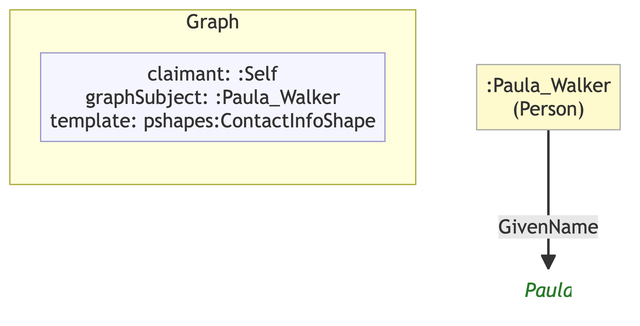
The Mermaid diagram example/graphs/images/graph-06.png in MeeFoundation/mia-ontologies, before a commit. Its source is kept beside it as example/graphs/images/graph-06.mmd.
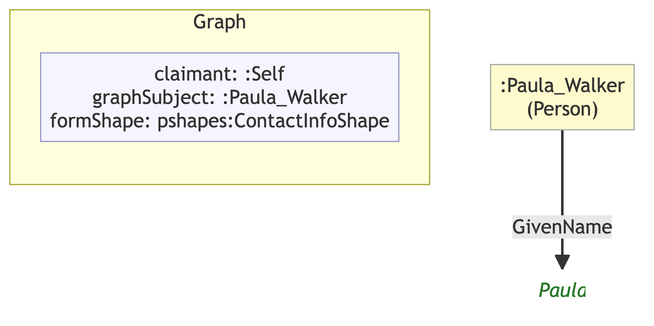
After the change.

The edit, as a diff of the source:
```diff
@@ -7,10 +7,10 @@
 
     subgraph ctx["Graph"]
         direction LR
-        ctx_meta["claimant: :Self\ngraphSubject: :Paula_Walker\ntemplate: pshapes:ContactInfoShape"]:::meta
+        ctx_meta["claimant: :Self\ngraphSubject: :Paula_Walker\nformShape: pshapes:ContactInfoShape"]:::meta
     end
 
-    nf4296ab13de4[":Paula_Walker\n(Person)"]:::person
-    n485f0f0c150b("Paula"):::lit
+    n679aafec7a4b[":Paula_Walker\n(Person)"]:::person
+    n74ca83373f47("Paula"):::lit
 
-    nf4296ab13de4 -->|"GivenName"| n485f0f0c150b
+    n679aafec7a4b -->|"GivenName"| n74ca83373f47
```
